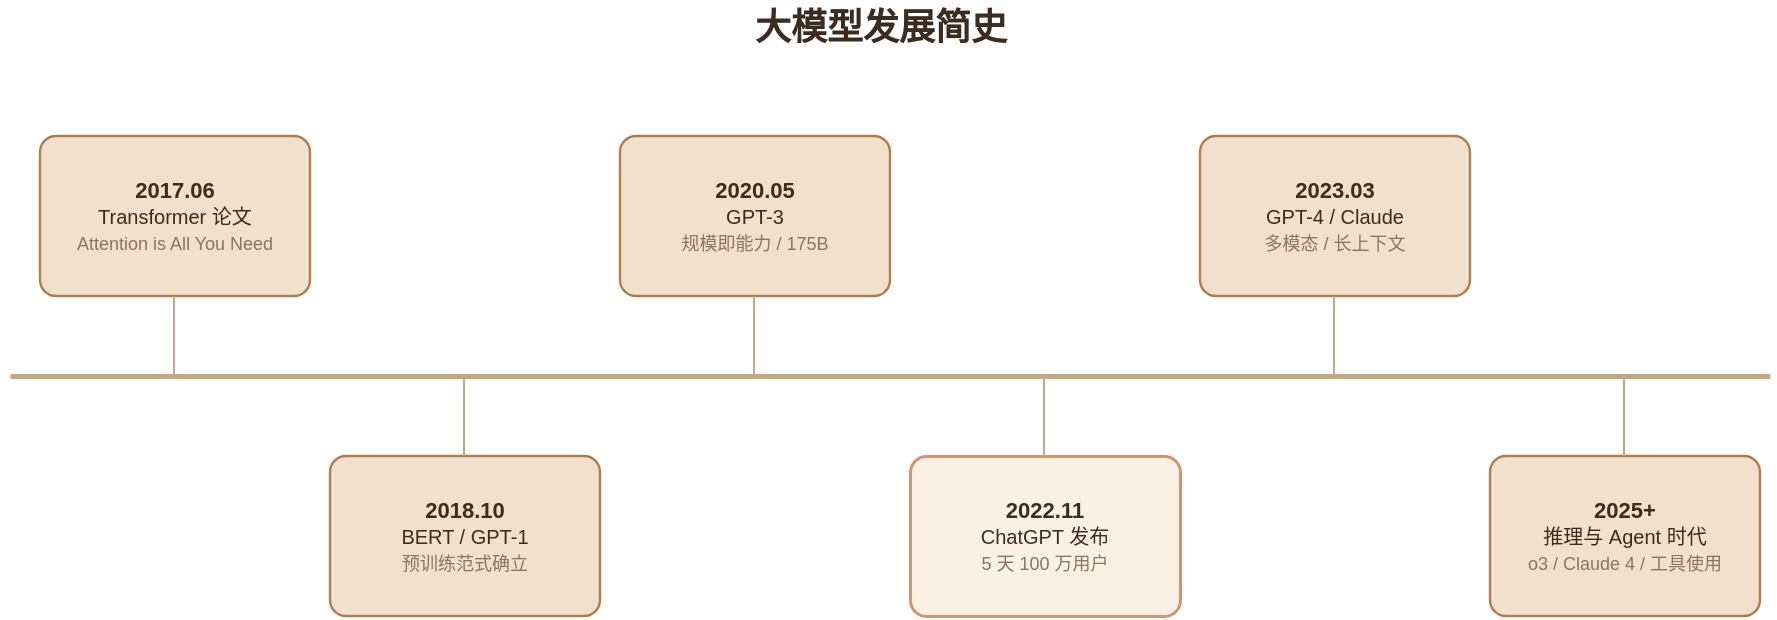
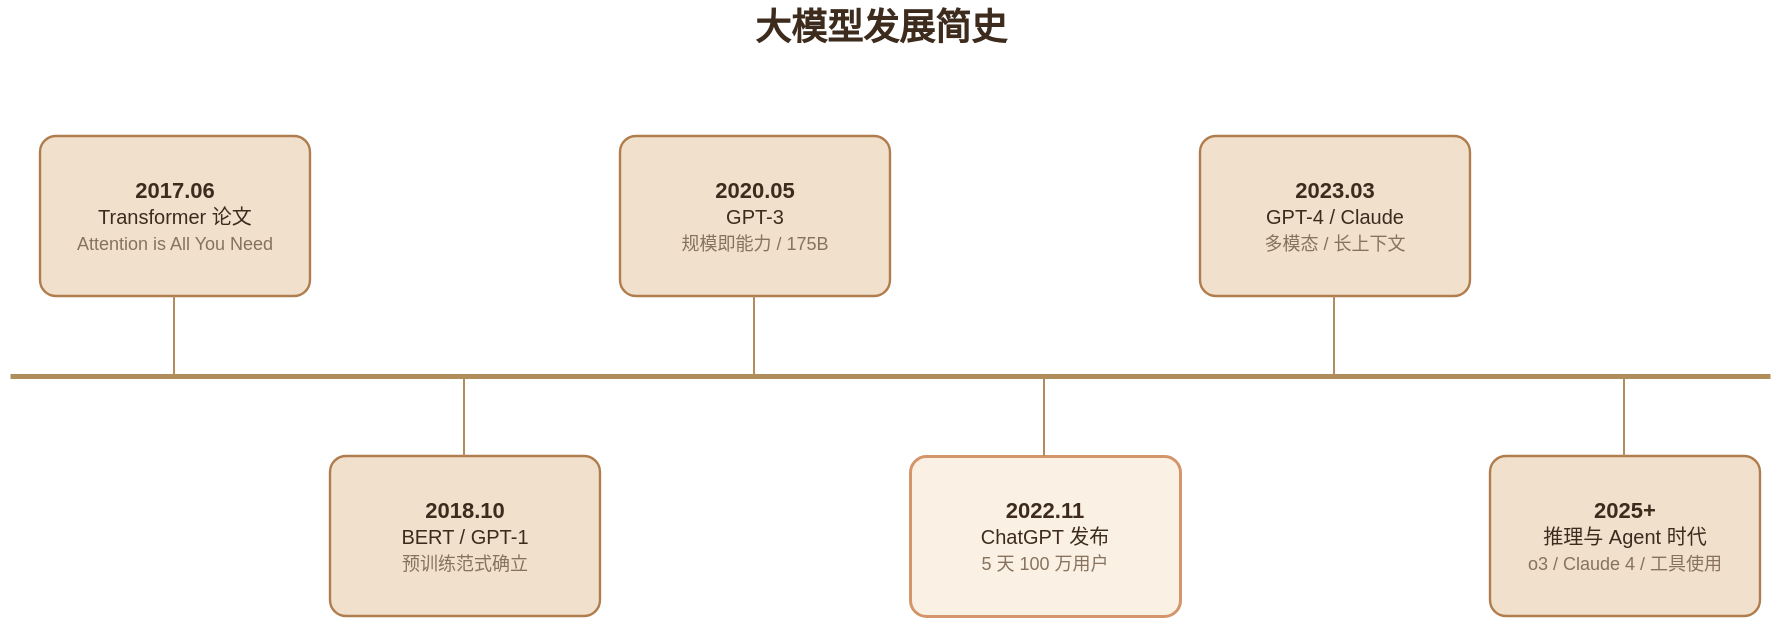
<mxfile host="app.diagrams.net" agent="Mozilla/5.0 (Macintosh; Intel Mac OS X 10_15_7) AppleWebKit/537.36 (KHTML, like Gecko) Chrome/147.0.0.0 Safari/537.36" version="29.6.6">
  <diagram name="大模型发展简史" id="timeline_terracotta_001">
    <mxGraphModel dx="902" dy="470" grid="0" gridSize="10" guides="1" tooltips="1" connect="1" arrows="1" fold="1" page="0" pageScale="1" pageWidth="960" pageHeight="380" background="none" math="0" shadow="0">
      <root>
        <mxCell id="0" />
        <mxCell id="1" parent="0" />
        <mxCell id="title_main" parent="1" style="text;html=1;fontSize=18;fontColor=#3D2C1E;align=center;verticalAlign=middle;fontStyle=1;" value="大模型发展简史" vertex="1">
          <mxGeometry height="28" width="880" x="35" y="12" as="geometry" />
        </mxCell>
-         <mxCell id="line_main" edge="1" parent="1" style="endArrow=none;strokeColor=#C4A882;strokeWidth=2.5;">
+         <mxCell id="line_main" edge="1" parent="1" style="endArrow=none;strokeColor=#B28D5C;strokeWidth=2.5;">
          <mxGeometry relative="1" as="geometry">
            <mxPoint x="40" y="200" as="sourcePoint" />
            <mxPoint x="920" y="200" as="targetPoint" />
          </mxGeometry>
        </mxCell>
-         <mxCell id="event_1" parent="1" style="rounded=1;whiteSpace=wrap;html=1;fillColor=#F0E0CC;strokeColor=#B07D4F;strokeWidth=1.2;arcSize=10;fontSize=11;fontColor=#3D2C1E;verticalAlign=middle;" value="&lt;b&gt;2017.06&lt;/b&gt;&lt;br&gt;&lt;font style=&quot;font-size:10px;color:#3D2C1E&quot;&gt;Transformer 论文&lt;/font&gt;&lt;br&gt;&lt;font style=&quot;font-size:9px;color:#8A7560&quot;&gt;Attention is All You Need&lt;/font&gt;" vertex="1">
+         <mxCell id="event_1" parent="1" style="rounded=1;whiteSpace=wrap;html=1;fillColor=#F0E0CC;strokeColor=#B07D4F;strokeWidth=1.2;arcSize=10;fontSize=11;fontColor=#3D2C1E;verticalAlign=middle;" value="&lt;b&gt;2017.06&lt;/b&gt;&lt;br&gt;&lt;font style=&quot;font-size:10px;color:#3D2C1E&quot;&gt;Transformer 论文&lt;/font&gt;&lt;br&gt;&lt;font style=&quot;font-size:9px;color:#87725E&quot;&gt;Attention is All You Need&lt;/font&gt;" vertex="1">
          <mxGeometry height="80" width="135" x="55" y="80" as="geometry" />
        </mxCell>
-         <mxCell id="tick_1" edge="1" parent="1" style="endArrow=none;strokeColor=#C4A882;strokeWidth=1.0;">
+         <mxCell id="tick_1" edge="1" parent="1" style="endArrow=none;strokeColor=#B28D5C;strokeWidth=1.0;">
          <mxGeometry relative="1" as="geometry">
            <mxPoint x="122" y="160" as="sourcePoint" />
            <mxPoint x="122" y="200" as="targetPoint" />
          </mxGeometry>
        </mxCell>
-         <mxCell id="event_2" parent="1" style="rounded=1;whiteSpace=wrap;html=1;fillColor=#F0E0CC;strokeColor=#B07D4F;strokeWidth=1.2;arcSize=10;fontSize=11;fontColor=#3D2C1E;verticalAlign=middle;" value="&lt;b&gt;2018.10&lt;/b&gt;&lt;br&gt;&lt;font style=&quot;font-size:10px;color:#3D2C1E&quot;&gt;BERT / GPT-1&lt;/font&gt;&lt;br&gt;&lt;font style=&quot;font-size:9px;color:#8A7560&quot;&gt;预训练范式确立&lt;/font&gt;" vertex="1">
+         <mxCell id="event_2" parent="1" style="rounded=1;whiteSpace=wrap;html=1;fillColor=#F0E0CC;strokeColor=#B07D4F;strokeWidth=1.2;arcSize=10;fontSize=11;fontColor=#3D2C1E;verticalAlign=middle;" value="&lt;b&gt;2018.10&lt;/b&gt;&lt;br&gt;&lt;font style=&quot;font-size:10px;color:#3D2C1E&quot;&gt;BERT / GPT-1&lt;/font&gt;&lt;br&gt;&lt;font style=&quot;font-size:9px;color:#87725E&quot;&gt;预训练范式确立&lt;/font&gt;" vertex="1">
          <mxGeometry height="80" width="135" x="200" y="240" as="geometry" />
        </mxCell>
-         <mxCell id="tick_2" edge="1" parent="1" style="endArrow=none;strokeColor=#C4A882;strokeWidth=1.0;">
+         <mxCell id="tick_2" edge="1" parent="1" style="endArrow=none;strokeColor=#B28D5C;strokeWidth=1.0;">
          <mxGeometry relative="1" as="geometry">
            <mxPoint x="267" y="200" as="sourcePoint" />
            <mxPoint x="267" y="240" as="targetPoint" />
          </mxGeometry>
        </mxCell>
-         <mxCell id="event_3" parent="1" style="rounded=1;whiteSpace=wrap;html=1;fillColor=#F0E0CC;strokeColor=#B07D4F;strokeWidth=1.2;arcSize=10;fontSize=11;fontColor=#3D2C1E;verticalAlign=middle;" value="&lt;b&gt;2020.05&lt;/b&gt;&lt;br&gt;&lt;font style=&quot;font-size:10px;color:#3D2C1E&quot;&gt;GPT-3&lt;/font&gt;&lt;br&gt;&lt;font style=&quot;font-size:9px;color:#8A7560&quot;&gt;规模即能力 / 175B&lt;/font&gt;" vertex="1">
+         <mxCell id="event_3" parent="1" style="rounded=1;whiteSpace=wrap;html=1;fillColor=#F0E0CC;strokeColor=#B07D4F;strokeWidth=1.2;arcSize=10;fontSize=11;fontColor=#3D2C1E;verticalAlign=middle;" value="&lt;b&gt;2020.05&lt;/b&gt;&lt;br&gt;&lt;font style=&quot;font-size:10px;color:#3D2C1E&quot;&gt;GPT-3&lt;/font&gt;&lt;br&gt;&lt;font style=&quot;font-size:9px;color:#87725E&quot;&gt;规模即能力 / 175B&lt;/font&gt;" vertex="1">
          <mxGeometry height="80" width="135" x="345" y="80" as="geometry" />
        </mxCell>
-         <mxCell id="tick_3" edge="1" parent="1" style="endArrow=none;strokeColor=#C4A882;strokeWidth=1.0;">
+         <mxCell id="tick_3" edge="1" parent="1" style="endArrow=none;strokeColor=#B28D5C;strokeWidth=1.0;">
          <mxGeometry relative="1" as="geometry">
            <mxPoint x="412" y="160" as="sourcePoint" />
            <mxPoint x="412" y="200" as="targetPoint" />
          </mxGeometry>
        </mxCell>
-         <mxCell id="event_4" parent="1" style="rounded=1;whiteSpace=wrap;html=1;fillColor=#FAF0E4;strokeColor=#D4956A;strokeWidth=1.5;arcSize=10;fontSize=11;fontColor=#3D2C1E;verticalAlign=middle;" value="&lt;b&gt;2022.11&lt;/b&gt;&lt;br&gt;&lt;font style=&quot;font-size:10px;color:#3D2C1E&quot;&gt;ChatGPT 发布&lt;/font&gt;&lt;br&gt;&lt;font style=&quot;font-size:9px;color:#8A7560&quot;&gt;5 天 100 万用户&lt;/font&gt;" vertex="1">
+         <mxCell id="event_4" parent="1" style="rounded=1;whiteSpace=wrap;html=1;fillColor=#FAF0E4;strokeColor=#D4956A;strokeWidth=1.5;arcSize=10;fontSize=11;fontColor=#3D2C1E;verticalAlign=middle;" value="&lt;b&gt;2022.11&lt;/b&gt;&lt;br&gt;&lt;font style=&quot;font-size:10px;color:#3D2C1E&quot;&gt;ChatGPT 发布&lt;/font&gt;&lt;br&gt;&lt;font style=&quot;font-size:9px;color:#87725E&quot;&gt;5 天 100 万用户&lt;/font&gt;" vertex="1">
          <mxGeometry height="80" width="135" x="490" y="240" as="geometry" />
        </mxCell>
-         <mxCell id="tick_4" edge="1" parent="1" style="endArrow=none;strokeColor=#C4A882;strokeWidth=1.0;">
+         <mxCell id="tick_4" edge="1" parent="1" style="endArrow=none;strokeColor=#B28D5C;strokeWidth=1.0;">
          <mxGeometry relative="1" as="geometry">
            <mxPoint x="557" y="200" as="sourcePoint" />
            <mxPoint x="557" y="240" as="targetPoint" />
          </mxGeometry>
        </mxCell>
-         <mxCell id="event_5" parent="1" style="rounded=1;whiteSpace=wrap;html=1;fillColor=#F0E0CC;strokeColor=#B07D4F;strokeWidth=1.2;arcSize=10;fontSize=11;fontColor=#3D2C1E;verticalAlign=middle;" value="&lt;b&gt;2023.03&lt;/b&gt;&lt;br&gt;&lt;font style=&quot;font-size:10px;color:#3D2C1E&quot;&gt;GPT-4 / Claude&lt;/font&gt;&lt;br&gt;&lt;font style=&quot;font-size:9px;color:#8A7560&quot;&gt;多模态 / 长上下文&lt;/font&gt;" vertex="1">
+         <mxCell id="event_5" parent="1" style="rounded=1;whiteSpace=wrap;html=1;fillColor=#F0E0CC;strokeColor=#B07D4F;strokeWidth=1.2;arcSize=10;fontSize=11;fontColor=#3D2C1E;verticalAlign=middle;" value="&lt;b&gt;2023.03&lt;/b&gt;&lt;br&gt;&lt;font style=&quot;font-size:10px;color:#3D2C1E&quot;&gt;GPT-4 / Claude&lt;/font&gt;&lt;br&gt;&lt;font style=&quot;font-size:9px;color:#87725E&quot;&gt;多模态 / 长上下文&lt;/font&gt;" vertex="1">
          <mxGeometry height="80" width="135" x="635" y="80" as="geometry" />
        </mxCell>
-         <mxCell id="tick_5" edge="1" parent="1" style="endArrow=none;strokeColor=#C4A882;strokeWidth=1.0;">
+         <mxCell id="tick_5" edge="1" parent="1" style="endArrow=none;strokeColor=#B28D5C;strokeWidth=1.0;">
          <mxGeometry relative="1" as="geometry">
            <mxPoint x="702" y="160" as="sourcePoint" />
            <mxPoint x="702" y="200" as="targetPoint" />
          </mxGeometry>
        </mxCell>
-         <mxCell id="event_6" parent="1" style="rounded=1;whiteSpace=wrap;html=1;fillColor=#F0E0CC;strokeColor=#B07D4F;strokeWidth=1.2;arcSize=10;fontSize=11;fontColor=#3D2C1E;verticalAlign=middle;" value="&lt;b&gt;2025+&lt;/b&gt;&lt;br&gt;&lt;font style=&quot;font-size:10px;color:#3D2C1E&quot;&gt;推理与 Agent 时代&lt;/font&gt;&lt;br&gt;&lt;font style=&quot;font-size:9px;color:#8A7560&quot;&gt;o3 / Claude 4 / 工具使用&lt;/font&gt;" vertex="1">
+         <mxCell id="event_6" parent="1" style="rounded=1;whiteSpace=wrap;html=1;fillColor=#F0E0CC;strokeColor=#B07D4F;strokeWidth=1.2;arcSize=10;fontSize=11;fontColor=#3D2C1E;verticalAlign=middle;" value="&lt;b&gt;2025+&lt;/b&gt;&lt;br&gt;&lt;font style=&quot;font-size:10px;color:#3D2C1E&quot;&gt;推理与 Agent 时代&lt;/font&gt;&lt;br&gt;&lt;font style=&quot;font-size:9px;color:#87725E&quot;&gt;o3 / Claude 4 / 工具使用&lt;/font&gt;" vertex="1">
          <mxGeometry height="80" width="135" x="780" y="240" as="geometry" />
        </mxCell>
-         <mxCell id="tick_6" edge="1" parent="1" style="endArrow=none;strokeColor=#C4A882;strokeWidth=1.0;">
+         <mxCell id="tick_6" edge="1" parent="1" style="endArrow=none;strokeColor=#B28D5C;strokeWidth=1.0;">
          <mxGeometry relative="1" as="geometry">
            <mxPoint x="847" y="200" as="sourcePoint" />
            <mxPoint x="847" y="240" as="targetPoint" />
          </mxGeometry>
        </mxCell>
      </root>
    </mxGraphModel>
  </diagram>
</mxfile>
